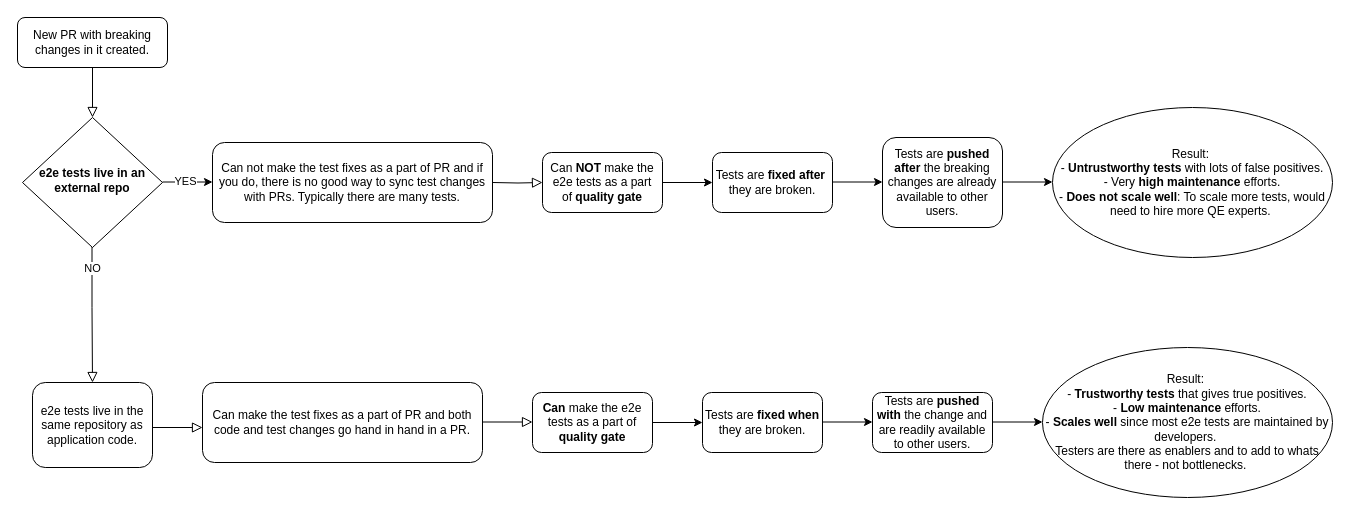
Earlier version of the draw.io diagram design/e2e-tests-location.drawio (PramodKumarYadav/test-art). Source tidied: cells renumbered, new cells numbered last; positions are measured from the earlier drawing's top-left corner, leaving out a move shared by most shapes. Both pictures are drawn from the tidied source at 100%, with x=0, y=0 at pixel (17, 17).
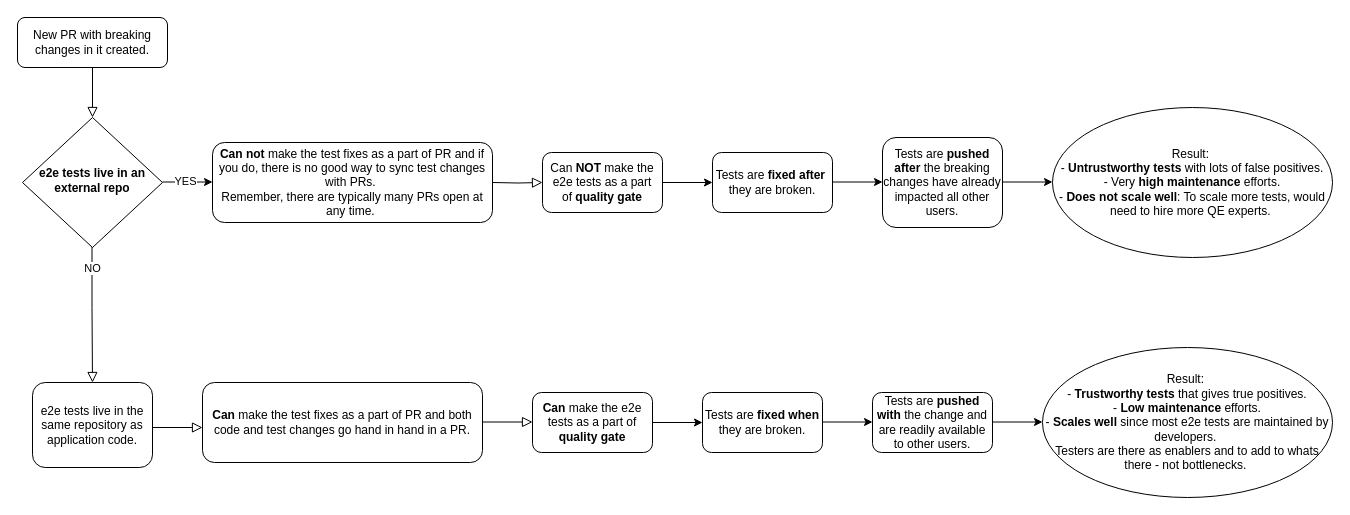
The same diagram, later.

The edit, as a diff of the source:
```diff
@@
-    <mxCell id="12" value="Can not make the test fixes as a part of PR and if you do, there is no good way to sync test changes with PRs. Typically there are many tests." style="rounded=1;whiteSpace=wrap;html=1;fontSize=12;glass=0;strokeWidth=1;shadow=0;" parent="1" vertex="1">
+    <mxCell id="12" value="&lt;b&gt;Can not &lt;/b&gt;make the test fixes as a part of PR and if you do, there is no good way to sync test changes with PRs.&amp;nbsp;&lt;div&gt;Remember, there are typically many PRs open at any time.&amp;nbsp;&lt;/div&gt;" style="rounded=1;whiteSpace=wrap;html=1;fontSize=12;glass=0;strokeWidth=1;shadow=0;" parent="1" vertex="1">
       <mxGeometry x="195" y="125" width="280" height="80" as="geometry" />
     </mxCell>
@@
-    <mxCell id="18" value="Tests are &lt;b&gt;pushed&lt;/b&gt; &lt;b&gt;after&lt;/b&gt; the breaking changes are already available to other users." style="whiteSpace=wrap;html=1;rounded=1;glass=0;strokeWidth=1;shadow=0;" parent="1" vertex="1">
+    <mxCell id="18" value="Tests are &lt;b&gt;pushed&lt;/b&gt; &lt;b&gt;after&lt;/b&gt; the breaking changes have already impacted all other users." style="whiteSpace=wrap;html=1;rounded=1;glass=0;strokeWidth=1;shadow=0;" parent="1" vertex="1">
       <mxGeometry x="865" y="120" width="120" height="90" as="geometry" />
     </mxCell>
@@
-    <mxCell id="25" value="Can make the test fixes as a part of PR and both code and test changes go hand in hand in a PR." style="rounded=1;whiteSpace=wrap;html=1;fontSize=12;glass=0;strokeWidth=1;shadow=0;" parent="1" vertex="1">
+    <mxCell id="25" value="&lt;b&gt;Can&lt;/b&gt; make the test fixes as a part of PR and both code and test changes go hand in hand in a PR." style="rounded=1;whiteSpace=wrap;html=1;fontSize=12;glass=0;strokeWidth=1;shadow=0;" parent="1" vertex="1">
       <mxGeometry x="185" y="365" width="280" height="80" as="geometry" />
     </mxCell>
```
